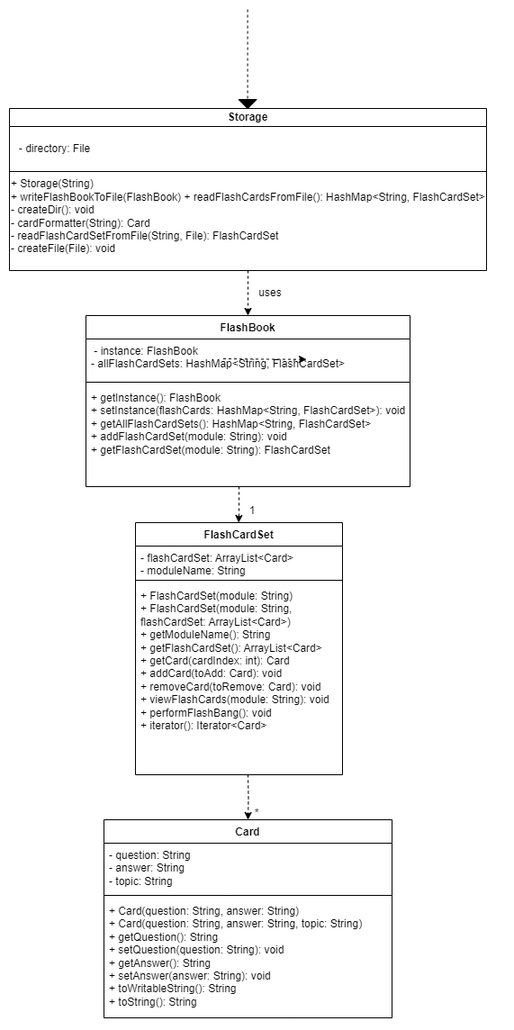
This is docs/diagrams/StorageClassDiagram.png from raneeng/tp, a draw.io export, as it was before one commit. Source tidied: cells renumbered, new cells last; positions are measured from the earlier drawing's top-left corner, leaving out a move shared by most shapes. Source of this version:
```xml
<mxGraphModel>
  <root>
    <mxCell id="0" />
    <mxCell id="1" parent="0" />
    <mxCell id="2" style="endArrow=none;dashed=1;html=1;rounded=0;" parent="1" edge="1">
      <mxGeometry relative="1" as="geometry">
        <mxPoint x="264.6" as="sourcePoint" />
        <mxPoint x="264.6" y="100" as="targetPoint" />
      </mxGeometry>
    </mxCell>
    <mxCell id="3" style="shape=mxgraph.arrows2.wedgeArrow;html=1;startWidth=10;fillColor=strokeColor;defaultFillColor=invert;defaultGradientColor=invert;rounded=0;" parent="1" edge="1">
      <mxGeometry relative="1" as="geometry">
        <mxPoint x="264.6" y="100" as="sourcePoint" />
        <mxPoint x="264.6" y="110" as="targetPoint" />
      </mxGeometry>
    </mxCell>
    <mxCell id="4" style="edgeStyle=orthogonalEdgeStyle;rounded=0;jettySize=auto;html=1;entryX=0.5;entryY=0;entryDx=0;entryDy=0;exitX=0.5;exitY=1;exitDx=0;exitDy=0;dashed=1;" parent="1" edge="1" source="5" target="9">
      <mxGeometry relative="1" as="geometry">
        <Array as="points">
          <mxPoint x="265" y="330" />
          <mxPoint x="265" y="330" />
        </Array>
      </mxGeometry>
    </mxCell>
    <mxCell id="5" value="Storage" style="swimlane;whiteSpace=wrap;html=1;startSize=20;" parent="1" vertex="1">
      <mxGeometry y="110" width="530" height="180" as="geometry" />
    </mxCell>
    <mxCell id="6" style="endArrow=none;html=1;rounded=0;entryX=1;entryY=0.5;entryDx=0;entryDy=0;exitX=0;exitY=0.5;exitDx=0;exitDy=0;" parent="5" edge="1">
      <mxGeometry relative="1" as="geometry">
        <mxPoint y="70" as="sourcePoint" />
        <mxPoint x="530" y="70" as="targetPoint" />
      </mxGeometry>
    </mxCell>
    <mxCell id="7" value="&lt;span class=&quot;hljs-operator&quot;&gt;-&lt;/span&gt; &lt;span class=&quot;hljs-variable&quot;&gt;directory&lt;/span&gt;&lt;span class=&quot;hljs-operator&quot;&gt;:&lt;/span&gt; &lt;span class=&quot;hljs-built_in&quot;&gt;File&lt;/span&gt;" style="text;html=1;align=center;verticalAlign=middle;strokeColor=none;fillColor=none;" parent="5" vertex="1">
      <mxGeometry y="30" width="100" height="30" as="geometry" />
    </mxCell>
    <mxCell id="8" value="+ Storage(String)&amp;nbsp;&lt;br&gt;+ writeFlashBookToFile(FlashBook)&amp;nbsp;+ readFlashCardsFromFile(): HashMap&amp;lt;String, FlashCardSet&amp;gt;&amp;nbsp;&lt;br&gt;- createDir(): void&amp;nbsp;&lt;br&gt;- cardFormatter(String): Card&amp;nbsp;&lt;br&gt;- readFlashCardSetFromFile(String, File): FlashCardSet&amp;nbsp;&lt;br&gt;- createFile(File): void" style="text;align=left;verticalAlign=middle;strokeColor=none;fillColor=none;html=1;" parent="1" vertex="1">
      <mxGeometry y="180" width="550" height="100" as="geometry" />
    </mxCell>
    <mxCell id="9" value="&lt;span class=&quot;hljs-variable&quot;&gt;FlashBook&lt;/span&gt;    &lt;span class=&quot;hljs-operator&quot;&gt;&lt;/span&gt;" style="swimlane;fontStyle=1;align=center;verticalAlign=top;horizontal=1;startSize=26;whiteSpace=wrap;html=1;" parent="1" vertex="1">
      <mxGeometry x="85" y="340" width="360" height="190" as="geometry" />
    </mxCell>
    <mxCell id="10" value="&amp;nbsp;- instance: FlashBook&lt;br&gt;- allFlashCardSets: HashMap&amp;lt;String, FlashCardSet&amp;gt;&amp;nbsp;" style="text;strokeColor=none;fillColor=none;align=left;verticalAlign=top;spacingLeft=4;spacingRight=4;overflow=hidden;whiteSpace=wrap;html=1;" parent="9" vertex="1">
      <mxGeometry y="26" width="360" height="44" as="geometry" />
    </mxCell>
    <mxCell id="11" style="line;strokeWidth=1;fillColor=none;align=left;verticalAlign=middle;spacingTop=-1;spacingLeft=3;spacingRight=3;labelPosition=right;strokeColor=inherit;" parent="9" vertex="1">
      <mxGeometry y="70" width="360" height="8" as="geometry" />
    </mxCell>
    <mxCell id="12" value="+ getInstance(): FlashBook&lt;div&gt;+ setInstance(flashCards: HashMap&amp;lt;String, FlashCardSet&amp;gt;): void&lt;/div&gt;&lt;div&gt;+ getAllFlashCardSets(): HashMap&amp;lt;String, FlashCardSet&amp;gt;&amp;nbsp;&lt;/div&gt;&lt;div&gt;+ addFlashCardSet(module: String): void&lt;/div&gt;&lt;div&gt;+ getFlashCardSet(module: String): FlashCardSet&lt;/div&gt;" style="text;strokeColor=none;fillColor=none;align=left;verticalAlign=top;spacingLeft=4;spacingRight=4;overflow=hidden;whiteSpace=wrap;html=1;" parent="9" vertex="1">
      <mxGeometry y="78" width="360" height="112" as="geometry" />
    </mxCell>
    <mxCell id="13" value="FlashCardSet         " style="swimlane;fontStyle=1;align=center;verticalAlign=top;horizontal=1;startSize=26;whiteSpace=wrap;html=1;" parent="1" vertex="1">
      <mxGeometry x="140" y="570" width="230" height="280" as="geometry" />
    </mxCell>
    <mxCell id="14" value=" - flashCardSet: ArrayList&amp;lt;Card&amp;gt;&lt;div&gt;- moduleName: String &lt;/div&gt;" style="text;strokeColor=none;fillColor=none;align=left;verticalAlign=top;spacingLeft=4;spacingRight=4;overflow=hidden;whiteSpace=wrap;html=1;" parent="13" vertex="1">
      <mxGeometry y="26" width="230" height="34" as="geometry" />
    </mxCell>
    <mxCell id="15" style="line;strokeWidth=1;fillColor=none;align=left;verticalAlign=middle;spacingTop=-1;spacingLeft=3;spacingRight=3;labelPosition=right;strokeColor=inherit;" parent="13" vertex="1">
      <mxGeometry y="60" width="230" height="8" as="geometry" />
    </mxCell>
    <mxCell id="16" value="+ FlashCardSet(module: String)&lt;div&gt;+ FlashCardSet(module: String, flashCardSet: ArrayList&amp;lt;Card&amp;gt;)&lt;/div&gt;&lt;div&gt;+ getModuleName(): String&lt;/div&gt;&lt;div&gt;+ getFlashCardSet(): ArrayList&amp;lt;Card&amp;gt;&lt;/div&gt;&lt;div&gt;+ getCard(cardIndex: int): Card&lt;/div&gt;&lt;div&gt;+ addCard(toAdd: Card): void&lt;/div&gt;&lt;div&gt;+ removeCard(toRemove: Card): void&lt;/div&gt;&lt;div&gt;+ viewFlashCards(module: String): void&lt;/div&gt;&lt;div&gt;+ performFlashBang(): void&lt;/div&gt;&lt;div&gt;+ iterator(): Iterator&amp;lt;Card&amp;gt;&lt;/div&gt;" style="text;strokeColor=none;fillColor=none;align=left;verticalAlign=top;spacingLeft=4;spacingRight=4;overflow=hidden;whiteSpace=wrap;html=1;" parent="13" vertex="1">
      <mxGeometry y="68" width="230" height="212" as="geometry" />
    </mxCell>
    <mxCell id="17" value="Card" style="swimlane;fontStyle=1;align=center;verticalAlign=top;horizontal=1;startSize=26;whiteSpace=wrap;html=1;" parent="1" vertex="1">
      <mxGeometry x="105" y="900" width="320" height="220" as="geometry" />
    </mxCell>
    <mxCell id="18" value=" - question: String&lt;div&gt;- answer: String&lt;/div&gt;&lt;div&gt;- topic: String&lt;/div&gt;&lt;div&gt;&lt;br&gt;&lt;/div&gt;" style="text;strokeColor=none;fillColor=none;align=left;verticalAlign=top;spacingLeft=4;spacingRight=4;overflow=hidden;whiteSpace=wrap;html=1;" parent="17" vertex="1">
      <mxGeometry y="26" width="320" height="54" as="geometry" />
    </mxCell>
    <mxCell id="19" style="line;strokeWidth=1;fillColor=none;align=left;verticalAlign=middle;spacingTop=-1;spacingLeft=3;spacingRight=3;labelPosition=right;strokeColor=inherit;" parent="17" vertex="1">
      <mxGeometry y="80" width="320" height="8" as="geometry" />
    </mxCell>
    <mxCell id="20" value=" + Card(question: String, answer: String)&lt;div&gt;+ Card(question: String, answer: String, topic: String)&lt;/div&gt;&lt;div&gt;+ getQuestion(): String&lt;/div&gt;&lt;div&gt;+ setQuestion(question: String): void&lt;/div&gt;&lt;div&gt;+ getAnswer(): String&lt;/div&gt;&lt;div&gt;+ setAnswer(answer: String): void&lt;/div&gt;&lt;div&gt;+ toWritableString(): String&amp;nbsp;&lt;/div&gt;&lt;div&gt;+ toString(): String     &lt;/div&gt;" style="text;strokeColor=none;fillColor=none;align=left;verticalAlign=top;spacingLeft=4;spacingRight=4;overflow=hidden;whiteSpace=wrap;html=1;" parent="17" vertex="1">
      <mxGeometry y="88" width="320" height="132" as="geometry" />
    </mxCell>
    <mxCell id="21" style="edgeStyle=orthogonalEdgeStyle;rounded=0;orthogonalLoop=1;jettySize=auto;html=1;exitX=1;exitY=0.5;exitDx=0;exitDy=0;entryX=0.011;entryY=0.081;entryDx=0;entryDy=0;entryPerimeter=0;dashed=1;" parent="1" edge="1">
      <mxGeometry relative="1" as="geometry">
        <mxPoint x="237.5" y="388" as="sourcePoint" />
        <mxPoint x="330" y="388.7" as="targetPoint" />
      </mxGeometry>
    </mxCell>
    <mxCell id="22" value="1" style="text;html=1;align=center;verticalAlign=middle;whiteSpace=wrap;rounded=0;" parent="1" vertex="1">
      <mxGeometry x="260" y="550" width="20" height="14" as="geometry" />
    </mxCell>
    <mxCell id="23" style="edgeStyle=orthogonalEdgeStyle;rounded=0;jettySize=auto;html=1;dashed=1;" parent="1" edge="1" target="17">
      <mxGeometry relative="1" as="geometry">
        <mxPoint x="265" y="850" as="sourcePoint" />
      </mxGeometry>
    </mxCell>
    <mxCell id="24" value="*" style="text;html=1;align=center;verticalAlign=middle;whiteSpace=wrap;rounded=0;" parent="1" vertex="1">
      <mxGeometry x="265" y="886" width="20" height="14" as="geometry" />
    </mxCell>
    <mxCell id="25" style="edgeStyle=orthogonalEdgeStyle;rounded=0;orthogonalLoop=1;jettySize=auto;html=1;entryX=0.5;entryY=0;entryDx=0;entryDy=0;dashed=1;" parent="1" edge="1">
      <mxGeometry relative="1" as="geometry">
        <mxPoint x="255" y="530" as="sourcePoint" />
        <mxPoint x="254.6" y="570" as="targetPoint" />
        <Array as="points">
          <mxPoint x="254.6" y="560" />
          <mxPoint x="254.6" y="560" />
        </Array>
      </mxGeometry>
    </mxCell>
    <mxCell id="26" value="uses" style="text;html=1;align=center;verticalAlign=middle;whiteSpace=wrap;rounded=0;" parent="1" vertex="1">
      <mxGeometry x="260" y="300" width="60" height="30" as="geometry" />
    </mxCell>
  </root>
</mxGraphModel>
```
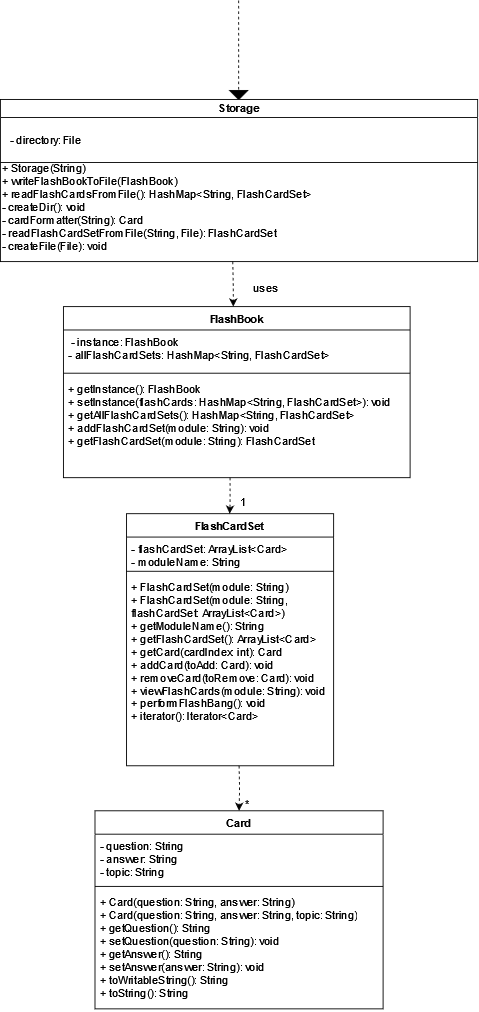
The same diagram one commit later.

The edit, as a diff of the source:
```diff
@@ -14,14 +14,6 @@
         <mxPoint x="264.6" y="110" as="targetPoint" />
       </mxGeometry>
     </mxCell>
-    <mxCell id="4" style="edgeStyle=orthogonalEdgeStyle;rounded=0;jettySize=auto;html=1;entryX=0.5;entryY=0;entryDx=0;entryDy=0;exitX=0.5;exitY=1;exitDx=0;exitDy=0;dashed=1;" parent="1" edge="1" source="5" target="9">
-      <mxGeometry relative="1" as="geometry">
-        <Array as="points">
-          <mxPoint x="265" y="330" />
-          <mxPoint x="265" y="330" />
-        </Array>
-      </mxGeometry>
-    </mxCell>
     <mxCell id="5" value="Storage" style="swimlane;whiteSpace=wrap;html=1;startSize=20;" parent="1" vertex="1">
       <mxGeometry y="110" width="530" height="180" as="geometry" />
     </mxCell>
@@ -34,20 +26,26 @@
     <mxCell id="7" value="&lt;span class=&quot;hljs-operator&quot;&gt;-&lt;/span&gt; &lt;span class=&quot;hljs-variable&quot;&gt;directory&lt;/span&gt;&lt;span class=&quot;hljs-operator&quot;&gt;:&lt;/span&gt; &lt;span class=&quot;hljs-built_in&quot;&gt;File&lt;/span&gt;" style="text;html=1;align=center;verticalAlign=middle;strokeColor=none;fillColor=none;" parent="5" vertex="1">
       <mxGeometry y="30" width="100" height="30" as="geometry" />
     </mxCell>
-    <mxCell id="8" value="+ Storage(String)&amp;nbsp;&lt;br&gt;+ writeFlashBookToFile(FlashBook)&amp;nbsp;+ readFlashCardsFromFile(): HashMap&amp;lt;String, FlashCardSet&amp;gt;&amp;nbsp;&lt;br&gt;- createDir(): void&amp;nbsp;&lt;br&gt;- cardFormatter(String): Card&amp;nbsp;&lt;br&gt;- readFlashCardSetFromFile(String, File): FlashCardSet&amp;nbsp;&lt;br&gt;- createFile(File): void" style="text;align=left;verticalAlign=middle;strokeColor=none;fillColor=none;html=1;" parent="1" vertex="1">
-      <mxGeometry y="180" width="550" height="100" as="geometry" />
+    <mxCell id="8" value="+ Storage(String)&amp;nbsp;&lt;br&gt;&lt;div&gt;+ writeFlashBookToFile(FlashBook)&amp;nbsp;&lt;/div&gt;&lt;div&gt;+ readFlashCardsFromFile(): HashMap&amp;lt;String, FlashCardSet&amp;gt;&amp;nbsp;&lt;/div&gt;- createDir(): void&amp;nbsp;&lt;br&gt;- cardFormatter(String): Card&amp;nbsp;&lt;br&gt;- readFlashCardSetFromFile(String, File): FlashCardSet&amp;nbsp;&lt;br&gt;- createFile(File): void" style="text;align=left;verticalAlign=middle;strokeColor=none;fillColor=none;html=1;" parent="1" vertex="1">
+      <mxGeometry y="175" width="370" height="110" as="geometry" />
     </mxCell>
+    <mxCell id="27" style="edgeStyle=orthogonalEdgeStyle;rounded=0;orthogonalLoop=1;jettySize=auto;html=1;entryX=0.521;entryY=0;entryDx=0;entryDy=0;entryPerimeter=0;dashed=1;" parent="1" edge="1">
+      <mxGeometry relative="1" as="geometry">
+        <mxPoint x="258" y="290" as="sourcePoint" />
+        <mxPoint x="258.6" y="340" as="targetPoint" />
+      </mxGeometry>
+    </mxCell>
     <mxCell id="9" value="&lt;span class=&quot;hljs-variable&quot;&gt;FlashBook&lt;/span&gt;    &lt;span class=&quot;hljs-operator&quot;&gt;&lt;/span&gt;" style="swimlane;fontStyle=1;align=center;verticalAlign=top;horizontal=1;startSize=26;whiteSpace=wrap;html=1;" parent="1" vertex="1">
-      <mxGeometry x="85" y="340" width="360" height="190" as="geometry" />
+      <mxGeometry x="70" y="340" width="385" height="190" as="geometry" />
     </mxCell>
     <mxCell id="10" value="&amp;nbsp;- instance: FlashBook&lt;br&gt;- allFlashCardSets: HashMap&amp;lt;String, FlashCardSet&amp;gt;&amp;nbsp;" style="text;strokeColor=none;fillColor=none;align=left;verticalAlign=top;spacingLeft=4;spacingRight=4;overflow=hidden;whiteSpace=wrap;html=1;" parent="9" vertex="1">
-      <mxGeometry y="26" width="360" height="44" as="geometry" />
+      <mxGeometry y="26" width="385" height="44" as="geometry" />
     </mxCell>
     <mxCell id="11" style="line;strokeWidth=1;fillColor=none;align=left;verticalAlign=middle;spacingTop=-1;spacingLeft=3;spacingRight=3;labelPosition=right;strokeColor=inherit;" parent="9" vertex="1">
-      <mxGeometry y="70" width="360" height="8" as="geometry" />
+      <mxGeometry y="70" width="385" height="8" as="geometry" />
     </mxCell>
     <mxCell id="12" value="+ getInstance(): FlashBook&lt;div&gt;+ setInstance(flashCards: HashMap&amp;lt;String, FlashCardSet&amp;gt;): void&lt;/div&gt;&lt;div&gt;+ getAllFlashCardSets(): HashMap&amp;lt;String, FlashCardSet&amp;gt;&amp;nbsp;&lt;/div&gt;&lt;div&gt;+ addFlashCardSet(module: String): void&lt;/div&gt;&lt;div&gt;+ getFlashCardSet(module: String): FlashCardSet&lt;/div&gt;" style="text;strokeColor=none;fillColor=none;align=left;verticalAlign=top;spacingLeft=4;spacingRight=4;overflow=hidden;whiteSpace=wrap;html=1;" parent="9" vertex="1">
-      <mxGeometry y="78" width="360" height="112" as="geometry" />
+      <mxGeometry y="78" width="385" height="112" as="geometry" />
     </mxCell>
     <mxCell id="13" value="FlashCardSet         " style="swimlane;fontStyle=1;align=center;verticalAlign=top;horizontal=1;startSize=26;whiteSpace=wrap;html=1;" parent="1" vertex="1">
       <mxGeometry x="140" y="570" width="230" height="280" as="geometry" />
@@ -73,12 +71,6 @@
     <mxCell id="20" value=" + Card(question: String, answer: String)&lt;div&gt;+ Card(question: String, answer: String, topic: String)&lt;/div&gt;&lt;div&gt;+ getQuestion(): String&lt;/div&gt;&lt;div&gt;+ setQuestion(question: String): void&lt;/div&gt;&lt;div&gt;+ getAnswer(): String&lt;/div&gt;&lt;div&gt;+ setAnswer(answer: String): void&lt;/div&gt;&lt;div&gt;+ toWritableString(): String&amp;nbsp;&lt;/div&gt;&lt;div&gt;+ toString(): String     &lt;/div&gt;" style="text;strokeColor=none;fillColor=none;align=left;verticalAlign=top;spacingLeft=4;spacingRight=4;overflow=hidden;whiteSpace=wrap;html=1;" parent="17" vertex="1">
       <mxGeometry y="88" width="320" height="132" as="geometry" />
     </mxCell>
-    <mxCell id="21" style="edgeStyle=orthogonalEdgeStyle;rounded=0;orthogonalLoop=1;jettySize=auto;html=1;exitX=1;exitY=0.5;exitDx=0;exitDy=0;entryX=0.011;entryY=0.081;entryDx=0;entryDy=0;entryPerimeter=0;dashed=1;" parent="1" edge="1">
-      <mxGeometry relative="1" as="geometry">
-        <mxPoint x="237.5" y="388" as="sourcePoint" />
-        <mxPoint x="330" y="388.7" as="targetPoint" />
-      </mxGeometry>
-    </mxCell>
     <mxCell id="22" value="1" style="text;html=1;align=center;verticalAlign=middle;whiteSpace=wrap;rounded=0;" parent="1" vertex="1">
       <mxGeometry x="260" y="550" width="20" height="14" as="geometry" />
     </mxCell>
@@ -101,7 +93,7 @@
       </mxGeometry>
     </mxCell>
     <mxCell id="26" value="uses" style="text;html=1;align=center;verticalAlign=middle;whiteSpace=wrap;rounded=0;" parent="1" vertex="1">
-      <mxGeometry x="260" y="300" width="60" height="30" as="geometry" />
+      <mxGeometry x="265" y="310" width="60" height="20" as="geometry" />
     </mxCell>
   </root>
 </mxGraphModel>
```
